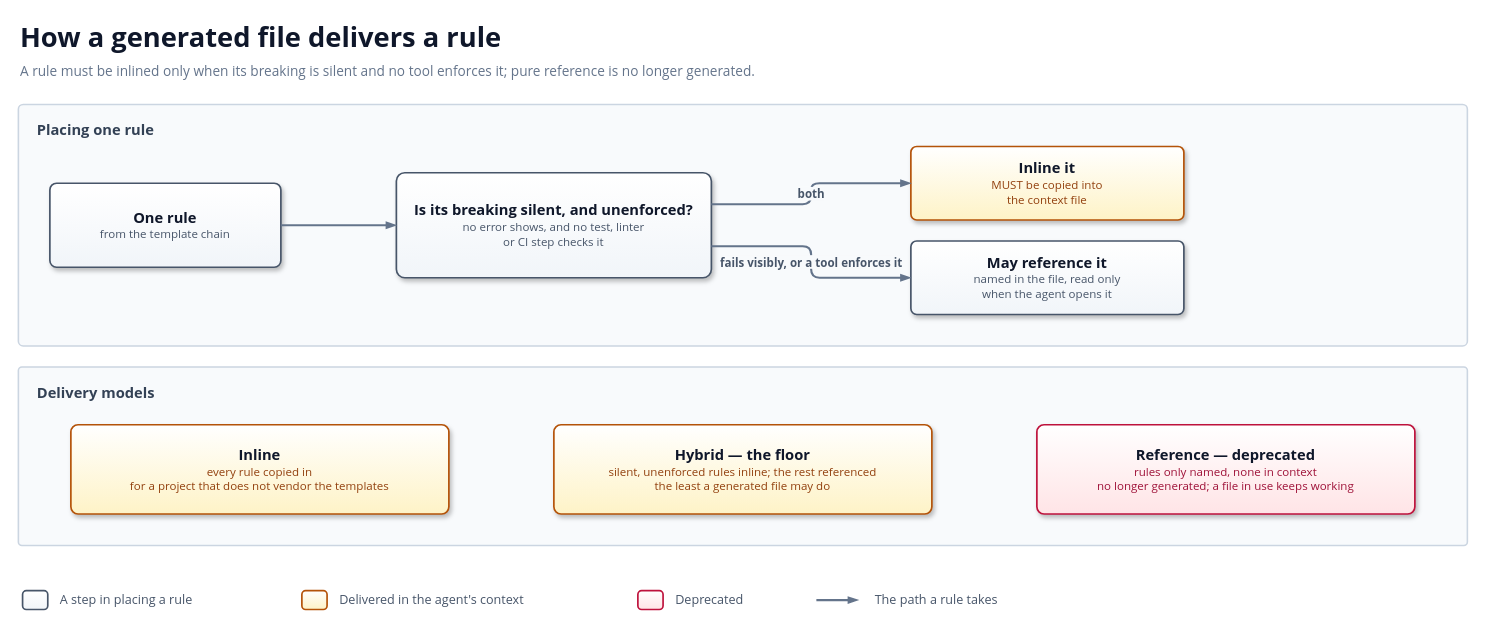
Before: docs/diagrams/delivery-model.drawio in solid-ai-dev/solid-ai-templates, a draw.io diagram. Source tidied: cells renumbered, new cells numbered last; positions are measured from the earlier drawing's top-left corner, leaving out a move shared by most shapes. Both pictures are drawn from the tidied source at 105%, with x=0, y=0 at pixel (18, 18).
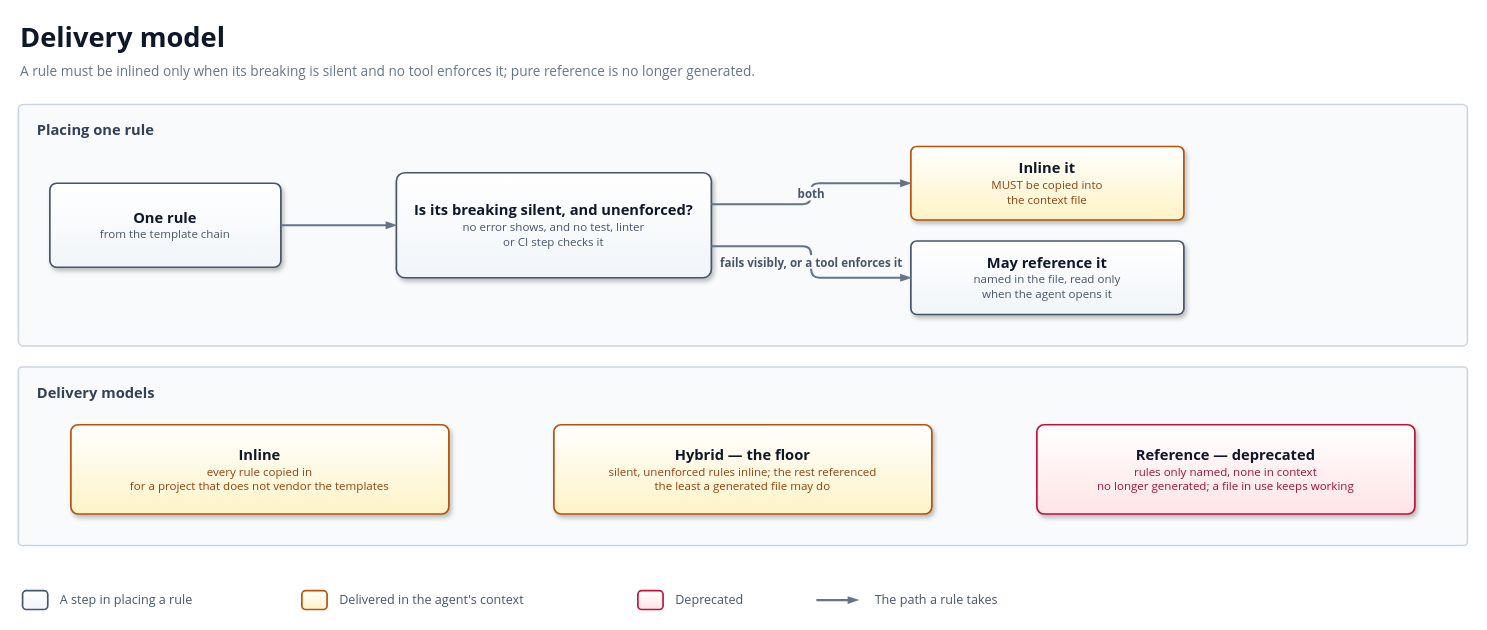
The same page after the edit.

What changed in the source:
```diff
@@
-    <mxCell id="2" value="How a generated file delivers a rule" style="text;html=1;whiteSpace=wrap;strokeColor=none;fillColor=none;align=left;verticalAlign=middle;fontFamily=Segoe UI;fontSize=26;fontColor=#0F172A;fontStyle=1;" parent="1" vertex="1">
+    <mxCell id="2" value="Delivery model" style="text;html=1;whiteSpace=wrap;strokeColor=none;fillColor=none;align=left;verticalAlign=middle;fontFamily=Segoe UI;fontSize=26;fontColor=#0F172A;fontStyle=1;" parent="1" vertex="1">
       <mxGeometry width="1380" height="36" as="geometry" />
     </mxCell>
```
